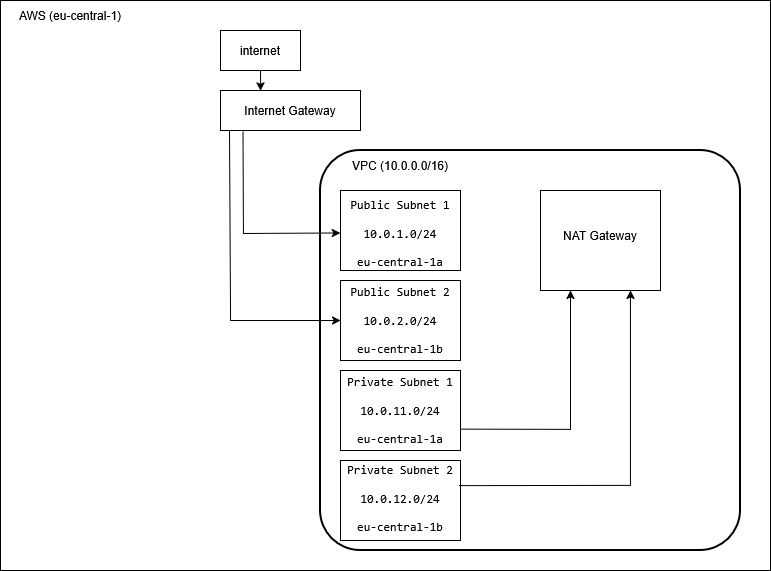
Baelos/devops-academy-assignment keeps this draw.io diagram as section-1/architecture-diagram.png. Above is the earlier version. Source tidied: cells renumbered, new cells last; positions are measured from the earlier drawing's top-left corner, leaving out a move shared by most shapes.
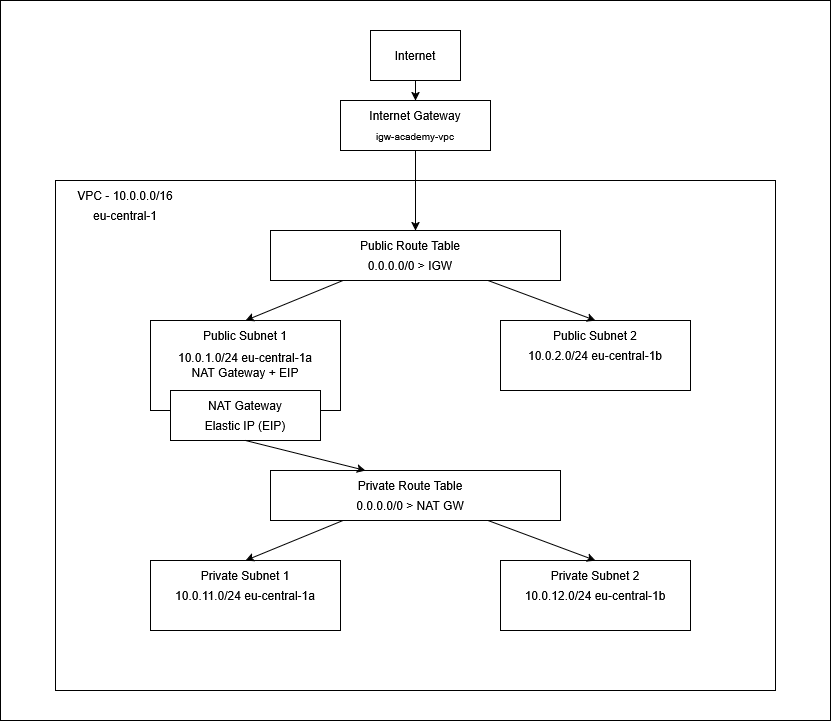
Later version of the same file.

Diff of the diagram source:
```diff
@@ -2,90 +2,116 @@
   <root>
     <mxCell id="0" />
     <mxCell id="1" parent="0" />
-    <mxCell id="2" style="rounded=0;whiteSpace=wrap;html=1;" parent="1" vertex="1">
-      <mxGeometry width="770" height="570" as="geometry" />
-    </mxCell>
-    <mxCell id="3" value="AWS (eu-central-1)" style="text;html=1;whiteSpace=wrap;strokeColor=none;fillColor=none;align=center;verticalAlign=middle;rounded=0;" parent="1" vertex="1">
-      <mxGeometry x="10" width="120" height="30" as="geometry" />
-    </mxCell>
-    <mxCell id="4" style="rounded=1;arcSize=10;dashed=0;fillColor=none;gradientColor=none;strokeWidth=2;" parent="1" vertex="1">
-      <mxGeometry x="320" y="150" width="420" height="400" as="geometry" />
-    </mxCell>
-    <mxCell id="5" value="VPC (10.0.0.0/16)" style="text;html=1;whiteSpace=wrap;strokeColor=none;fillColor=none;align=center;verticalAlign=middle;rounded=0;" parent="1" vertex="1">
-      <mxGeometry x="350" y="150" width="100" height="30" as="geometry" />
-    </mxCell>
-    <mxCell id="6" style="rounded=0;whiteSpace=wrap;html=1;" parent="1" vertex="1">
-      <mxGeometry x="220" y="30" width="80" height="40" as="geometry" />
-    </mxCell>
-    <mxCell id="7" value="&lt;div&gt;internet&lt;/div&gt;" style="text;html=1;whiteSpace=wrap;strokeColor=none;fillColor=none;align=center;verticalAlign=middle;rounded=0;" parent="1" vertex="1">
-      <mxGeometry x="230" y="35" width="60" height="30" as="geometry" />
-    </mxCell>
-    <mxCell id="8" style="rounded=0;whiteSpace=wrap;html=1;" parent="1" vertex="1">
-      <mxGeometry x="220" y="90" width="140" height="40" as="geometry" />
-    </mxCell>
+    <mxCell id="25" style="rounded=0;whiteSpace=wrap;html=1;" parent="1" vertex="1">
+      <mxGeometry x="-10" y="-20" width="830" height="720" as="geometry" />
+    </mxCell>
+    <mxCell id="26" style="rounded=0;whiteSpace=wrap;html=1;" parent="1" vertex="1">
+      <mxGeometry x="360" y="10" width="90" height="50" as="geometry" />
+    </mxCell>
+    <mxCell id="27" value="Internet" style="text;html=1;whiteSpace=wrap;strokeColor=none;fillColor=none;align=center;verticalAlign=middle;rounded=0;" parent="1" vertex="1">
+      <mxGeometry x="375" y="20" width="60" height="30" as="geometry" />
+    </mxCell>
+    <mxCell id="28" style="rounded=0;whiteSpace=wrap;html=1;" parent="1" vertex="1">
+      <mxGeometry x="330" y="80" width="150" height="50" as="geometry" />
+    </mxCell>
-    <mxCell id="9" value="&lt;div&gt;Internet Gateway&lt;/div&gt;" style="text;html=1;whiteSpace=wrap;strokeColor=none;fillColor=none;align=center;verticalAlign=middle;rounded=0;" parent="1" vertex="1">
-      <mxGeometry x="230" y="95" width="120" height="30" as="geometry" />
+    <mxCell id="9" value="Internet Gateway" style="text;html=1;whiteSpace=wrap;strokeColor=none;fillColor=none;align=center;verticalAlign=middle;rounded=0;" parent="1" vertex="1">
+      <mxGeometry x="350" y="80" width="110" height="30" as="geometry" />
     </mxCell>
-    <mxCell id="10" style="rounded=0;whiteSpace=wrap;html=1;" parent="1" vertex="1">
-      <mxGeometry x="340" y="190" width="120" height="80" as="geometry" />
-    </mxCell>
-    <mxCell id="11" value="&lt;code&gt;Public Subnet 1&lt;/code&gt;&lt;br&gt;&lt;br/&gt;&lt;code&gt;10.0.1.0/24&lt;/code&gt;&lt;br&gt;&lt;br/&gt;&lt;code&gt;eu-central-1a&lt;/code&gt;" style="text;html=1;whiteSpace=wrap;strokeColor=none;fillColor=none;align=center;verticalAlign=middle;rounded=0;" parent="1" vertex="1">
-      <mxGeometry x="340" y="195" width="120" height="75" as="geometry" />
-    </mxCell>
-    <mxCell id="12" style="rounded=0;whiteSpace=wrap;html=1;" parent="1" vertex="1">
-      <mxGeometry x="340" y="280" width="120" height="80" as="geometry" />
-    </mxCell>
-    <mxCell id="13" style="rounded=0;whiteSpace=wrap;html=1;" parent="1" vertex="1">
-      <mxGeometry x="340" y="370" width="120" height="80" as="geometry" />
-    </mxCell>
-    <mxCell id="14" style="rounded=0;whiteSpace=wrap;html=1;" parent="1" vertex="1">
-      <mxGeometry x="340" y="460" width="120" height="80" as="geometry" />
-    </mxCell>
-    <mxCell id="15" value="&lt;code&gt;Public Subnet 2&lt;/code&gt;&lt;br&gt;&lt;br/&gt;&lt;code&gt;10.0.2.0/24&lt;/code&gt;&lt;br&gt;&lt;br/&gt;&lt;code&gt;eu-central-1b&lt;/code&gt;" style="text;html=1;whiteSpace=wrap;strokeColor=none;fillColor=none;align=center;verticalAlign=middle;rounded=0;" parent="1" vertex="1">
-      <mxGeometry x="340" y="282.5" width="120" height="75" as="geometry" />
-    </mxCell>
-    <mxCell id="16" value="&lt;code&gt;Private Subnet 1&lt;/code&gt;&lt;br&gt;&lt;br/&gt;&lt;code&gt;10.0.11.0/24&lt;/code&gt;&lt;br&gt;&lt;br/&gt;&lt;code&gt;eu-central-1a&lt;/code&gt;" style="text;html=1;whiteSpace=wrap;strokeColor=none;fillColor=none;align=center;verticalAlign=middle;rounded=0;" parent="1" vertex="1">
-      <mxGeometry x="340" y="372.5" width="120" height="75" as="geometry" />
-    </mxCell>
-    <mxCell id="17" value="&lt;code&gt;Private Subnet 2&lt;/code&gt;&lt;br&gt;&lt;br/&gt;&lt;code&gt;10.0.12.0/24&lt;/code&gt;&lt;br&gt;&lt;br/&gt;&lt;code&gt;eu-central-1b&lt;/code&gt;" style="text;html=1;whiteSpace=wrap;strokeColor=none;fillColor=none;align=center;verticalAlign=middle;rounded=0;" parent="1" vertex="1">
-      <mxGeometry x="340" y="460" width="120" height="75" as="geometry" />
-    </mxCell>
-    <mxCell id="18" style="endArrow=classic;html=1;rounded=0;exitX=0.5;exitY=1;exitDx=0;exitDy=0;entryX=0.287;entryY=0.011;entryDx=0;entryDy=0;entryPerimeter=0;" parent="1" edge="1" source="6" target="8">
-      <mxGeometry relative="1" as="geometry" />
-    </mxCell>
-    <mxCell id="19" style="endArrow=classic;html=1;rounded=0;exitX=0.161;exitY=1.025;exitDx=0;exitDy=0;exitPerimeter=0;entryX=0;entryY=0.5;entryDx=0;entryDy=0;" parent="1" edge="1" source="8" target="11">
-      <mxGeometry relative="1" as="geometry">
-        <Array as="points">
-          <mxPoint x="243" y="233" />
-        </Array>
-      </mxGeometry>
-    </mxCell>
-    <mxCell id="20" style="endArrow=classic;html=1;rounded=0;exitX=0.064;exitY=1.025;exitDx=0;exitDy=0;exitPerimeter=0;entryX=0;entryY=0.5;entryDx=0;entryDy=0;" parent="1" edge="1" source="8" target="12">
-      <mxGeometry relative="1" as="geometry">
-        <Array as="points">
-          <mxPoint x="230" y="320" />
-        </Array>
-      </mxGeometry>
-    </mxCell>
-    <mxCell id="21" style="rounded=0;whiteSpace=wrap;html=1;" parent="1" vertex="1">
-      <mxGeometry x="540" y="190" width="120" height="100" as="geometry" />
-    </mxCell>
-    <mxCell id="22" style="endArrow=classic;html=1;rounded=0;exitX=1;exitY=0.75;exitDx=0;exitDy=0;entryX=0.25;entryY=1;entryDx=0;entryDy=0;" parent="1" edge="1" source="16" target="21">
-      <mxGeometry relative="1" as="geometry">
-        <Array as="points">
-          <mxPoint x="570" y="429" />
-        </Array>
-      </mxGeometry>
-    </mxCell>
-    <mxCell id="23" style="endArrow=classic;html=1;rounded=0;entryX=0.75;entryY=1;entryDx=0;entryDy=0;exitX=0.992;exitY=0.337;exitDx=0;exitDy=0;exitPerimeter=0;" parent="1" edge="1" source="17" target="21">
-      <mxGeometry relative="1" as="geometry">
-        <Array as="points">
-          <mxPoint x="630" y="485" />
-        </Array>
-      </mxGeometry>
-    </mxCell>
+    <mxCell id="29" value="&lt;font style=&quot;font-size: 10px;&quot;&gt;igw-academy-vpc&lt;/font&gt;" style="text;html=1;whiteSpace=wrap;strokeColor=none;fillColor=none;align=center;verticalAlign=middle;rounded=0;" parent="1" vertex="1">
+      <mxGeometry x="350" y="100" width="110" height="30" as="geometry" />
+    </mxCell>
+    <mxCell id="30" style="rounded=0;whiteSpace=wrap;html=1;" parent="1" vertex="1">
+      <mxGeometry x="45" y="160" width="720" height="510" as="geometry" />
+    </mxCell>
+    <mxCell id="31" value="VPC - 10.0.0.0/16" style="text;html=1;whiteSpace=wrap;strokeColor=none;fillColor=none;align=center;verticalAlign=middle;rounded=0;" parent="1" vertex="1">
+      <mxGeometry x="60" y="160" width="110" height="30" as="geometry" />
+    </mxCell>
+    <mxCell id="32" value="eu-central-1" style="text;html=1;whiteSpace=wrap;strokeColor=none;fillColor=none;align=center;verticalAlign=middle;rounded=0;" parent="1" vertex="1">
+      <mxGeometry x="60" y="180" width="110" height="30" as="geometry" />
+    </mxCell>
+    <mxCell id="33" style="rounded=0;whiteSpace=wrap;html=1;" parent="1" vertex="1">
+      <mxGeometry x="260" y="210" width="290" height="50" as="geometry" />
+    </mxCell>
+    <mxCell id="34" value="Public Route Table" style="text;html=1;whiteSpace=wrap;strokeColor=none;fillColor=none;align=center;verticalAlign=middle;rounded=0;" parent="1" vertex="1">
+      <mxGeometry x="310" y="210" width="180" height="30" as="geometry" />
+    </mxCell>
+    <mxCell id="35" value="0.0.0.0/0 &amp;gt; IGW" style="text;html=1;whiteSpace=wrap;strokeColor=none;fillColor=none;align=center;verticalAlign=middle;rounded=0;" parent="1" vertex="1">
+      <mxGeometry x="320" y="230" width="160" height="30" as="geometry" />
+    </mxCell>
+    <mxCell id="36" style="rounded=0;whiteSpace=wrap;html=1;" parent="1" vertex="1">
+      <mxGeometry x="140" y="300" width="190" height="90" as="geometry" />
+    </mxCell>
+    <mxCell id="37" value="Public Subnet 1" style="text;html=1;whiteSpace=wrap;strokeColor=none;fillColor=none;align=center;verticalAlign=middle;rounded=0;" parent="1" vertex="1">
+      <mxGeometry x="180" y="300" width="110" height="30" as="geometry" />
+    </mxCell>
+    <mxCell id="38" value="&lt;div&gt;10.0.1.0/24 eu-central-1a&lt;/div&gt;NAT Gateway + EIP" style="text;html=1;whiteSpace=wrap;strokeColor=none;fillColor=none;align=center;verticalAlign=middle;rounded=0;" parent="1" vertex="1">
+      <mxGeometry x="160" y="330" width="150" height="30" as="geometry" />
+    </mxCell>
+    <mxCell id="39" style="rounded=0;whiteSpace=wrap;html=1;" parent="1" vertex="1">
+      <mxGeometry x="490" y="300" width="190" height="70" as="geometry" />
+    </mxCell>
+    <mxCell id="40" value="Public Subnet 2" style="text;html=1;whiteSpace=wrap;strokeColor=none;fillColor=none;align=center;verticalAlign=middle;rounded=0;" parent="1" vertex="1">
+      <mxGeometry x="530" y="300" width="110" height="30" as="geometry" />
+    </mxCell>
+    <mxCell id="41" value="10.0.2.0/24 eu-central-1b" style="text;html=1;whiteSpace=wrap;strokeColor=none;fillColor=none;align=center;verticalAlign=middle;rounded=0;" parent="1" vertex="1">
+      <mxGeometry x="515" y="320" width="140" height="30" as="geometry" />
+    </mxCell>
+    <mxCell id="42" style="rounded=0;whiteSpace=wrap;html=1;" parent="1" vertex="1">
+      <mxGeometry x="160" y="370" width="150" height="50" as="geometry" />
+    </mxCell>
     <mxCell id="24" value="NAT Gateway" style="text;html=1;whiteSpace=wrap;strokeColor=none;fillColor=none;align=center;verticalAlign=middle;rounded=0;" parent="1" vertex="1">
-      <mxGeometry x="540" y="220" width="120" height="30" as="geometry" />
+      <mxGeometry x="180" y="370" width="110" height="30" as="geometry" />
     </mxCell>
+    <mxCell id="43" value="Elastic IP (EIP)" style="text;html=1;whiteSpace=wrap;strokeColor=none;fillColor=none;align=center;verticalAlign=middle;rounded=0;" parent="1" vertex="1">
+      <mxGeometry x="180" y="390" width="110" height="30" as="geometry" />
+    </mxCell>
+    <mxCell id="44" style="rounded=0;whiteSpace=wrap;html=1;" parent="1" vertex="1">
+      <mxGeometry x="260" y="450" width="290" height="50" as="geometry" />
+    </mxCell>
+    <mxCell id="45" value="Private Route Table" style="text;html=1;whiteSpace=wrap;strokeColor=none;fillColor=none;align=center;verticalAlign=middle;rounded=0;" parent="1" vertex="1">
+      <mxGeometry x="310" y="450" width="180" height="30" as="geometry" />
+    </mxCell>
+    <mxCell id="46" value="0.0.0.0/0 &amp;gt; NAT GW" style="text;html=1;whiteSpace=wrap;strokeColor=none;fillColor=none;align=center;verticalAlign=middle;rounded=0;" parent="1" vertex="1">
+      <mxGeometry x="320" y="470" width="160" height="30" as="geometry" />
+    </mxCell>
+    <mxCell id="47" style="rounded=0;whiteSpace=wrap;html=1;" parent="1" vertex="1">
+      <mxGeometry x="140" y="540" width="190" height="70" as="geometry" />
+    </mxCell>
+    <mxCell id="48" value="Private Subnet 1" style="text;html=1;whiteSpace=wrap;strokeColor=none;fillColor=none;align=center;verticalAlign=middle;rounded=0;" parent="1" vertex="1">
+      <mxGeometry x="180" y="540" width="110" height="30" as="geometry" />
+    </mxCell>
+    <mxCell id="49" value="10.0.11.0/24 eu-central-1a" style="text;html=1;whiteSpace=wrap;strokeColor=none;fillColor=none;align=center;verticalAlign=middle;rounded=0;" parent="1" vertex="1">
+      <mxGeometry x="160" y="560" width="150" height="30" as="geometry" />
+    </mxCell>
+    <mxCell id="50" style="rounded=0;whiteSpace=wrap;html=1;" parent="1" vertex="1">
+      <mxGeometry x="490" y="540" width="190" height="70" as="geometry" />
+    </mxCell>
+    <mxCell id="51" value="Private Subnet 2" style="text;html=1;whiteSpace=wrap;strokeColor=none;fillColor=none;align=center;verticalAlign=middle;rounded=0;" parent="1" vertex="1">
+      <mxGeometry x="530" y="540" width="110" height="30" as="geometry" />
+    </mxCell>
+    <mxCell id="52" value="10.0.12.0/24 eu-central-1b" style="text;html=1;whiteSpace=wrap;strokeColor=none;fillColor=none;align=center;verticalAlign=middle;rounded=0;" parent="1" vertex="1">
+      <mxGeometry x="510" y="560" width="150" height="30" as="geometry" />
+    </mxCell>
+    <mxCell id="53" style="endArrow=classic;html=1;rounded=0;exitX=0.5;exitY=1;exitDx=0;exitDy=0;entryX=0.25;entryY=0;entryDx=0;entryDy=0;" parent="1" edge="1" source="43" target="45">
+      <mxGeometry relative="1" as="geometry" />
+    </mxCell>
+    <mxCell id="54" style="endArrow=classic;html=1;rounded=0;entryX=0.5;entryY=0;entryDx=0;entryDy=0;exitX=0.25;exitY=1;exitDx=0;exitDy=0;" parent="1" edge="1" source="33" target="37">
+      <mxGeometry relative="1" as="geometry" />
+    </mxCell>
+    <mxCell id="55" style="endArrow=classic;html=1;rounded=0;exitX=0.75;exitY=1;exitDx=0;exitDy=0;entryX=0.5;entryY=0;entryDx=0;entryDy=0;" parent="1" edge="1" source="33" target="40">
+      <mxGeometry relative="1" as="geometry" />
+    </mxCell>
+    <mxCell id="56" style="endArrow=classic;html=1;rounded=0;entryX=0.5;entryY=0;entryDx=0;entryDy=0;exitX=0.25;exitY=1;exitDx=0;exitDy=0;" parent="1" edge="1" source="44" target="47">
+      <mxGeometry relative="1" as="geometry" />
+    </mxCell>
+    <mxCell id="57" style="endArrow=classic;html=1;rounded=0;entryX=0.5;entryY=0;entryDx=0;entryDy=0;exitX=0.75;exitY=1;exitDx=0;exitDy=0;" parent="1" edge="1" source="44" target="50">
+      <mxGeometry relative="1" as="geometry" />
+    </mxCell>
+    <mxCell id="58" style="endArrow=classic;html=1;rounded=0;exitX=0.5;exitY=1;exitDx=0;exitDy=0;entryX=0.5;entryY=0;entryDx=0;entryDy=0;" parent="1" edge="1" source="28" target="33">
+      <mxGeometry relative="1" as="geometry" />
+    </mxCell>
+    <mxCell id="59" style="endArrow=classic;html=1;rounded=0;exitX=0.5;exitY=1;exitDx=0;exitDy=0;entryX=0.5;entryY=0;entryDx=0;entryDy=0;" parent="1" edge="1" source="26" target="28">
+      <mxGeometry relative="1" as="geometry" />
+    </mxCell>
   </root>
 </mxGraphModel>
```
